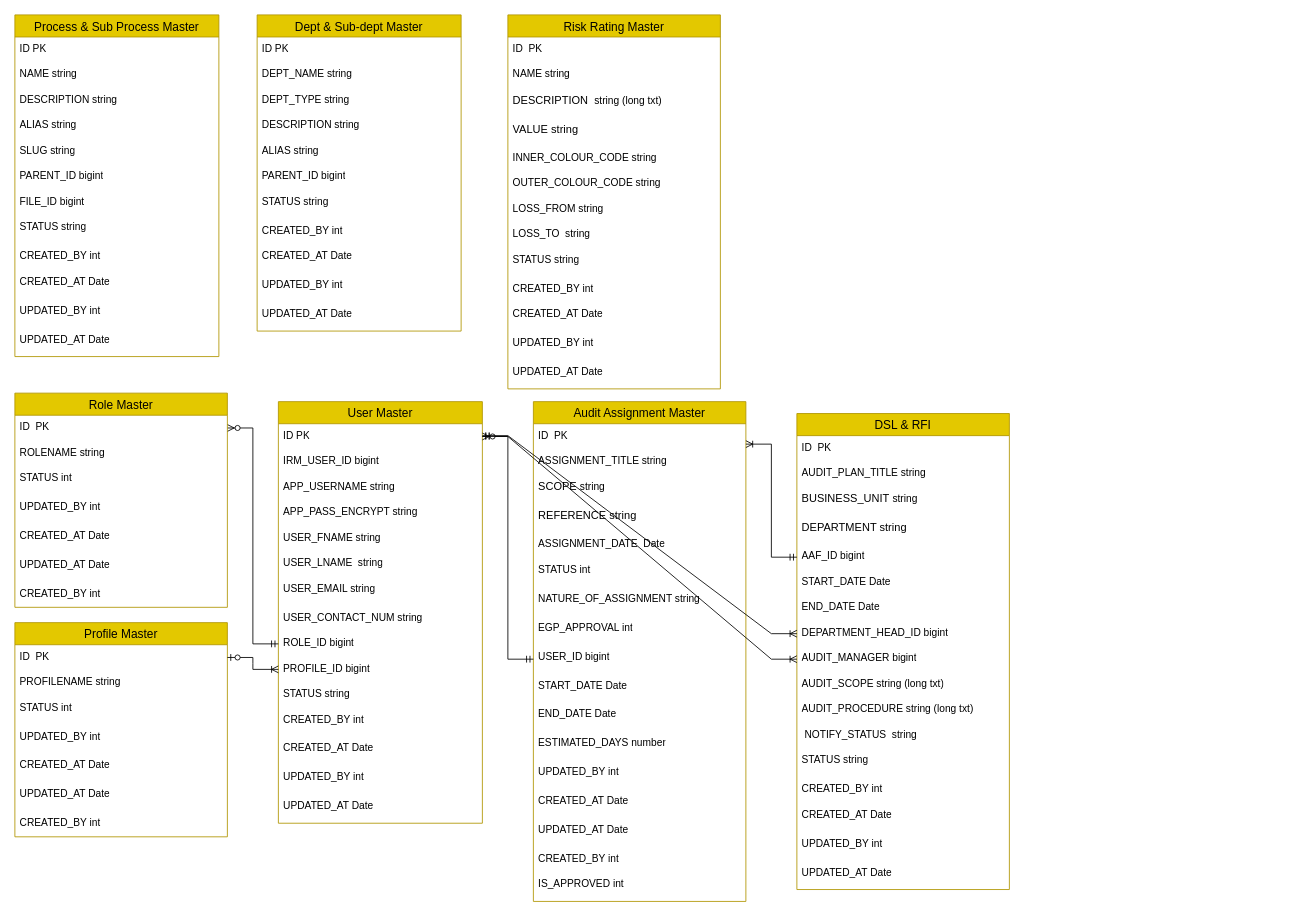
Before: ER Diagram.drawio in AvikM1996/draw.io, a draw.io diagram. Source tidied: cells renumbered, new cells numbered last; positions are measured from the earlier drawing's top-left corner, leaving out a move shared by most shapes. Both pictures are drawn from the tidied source at 85%, with x=0, y=0 at pixel (14, 14).
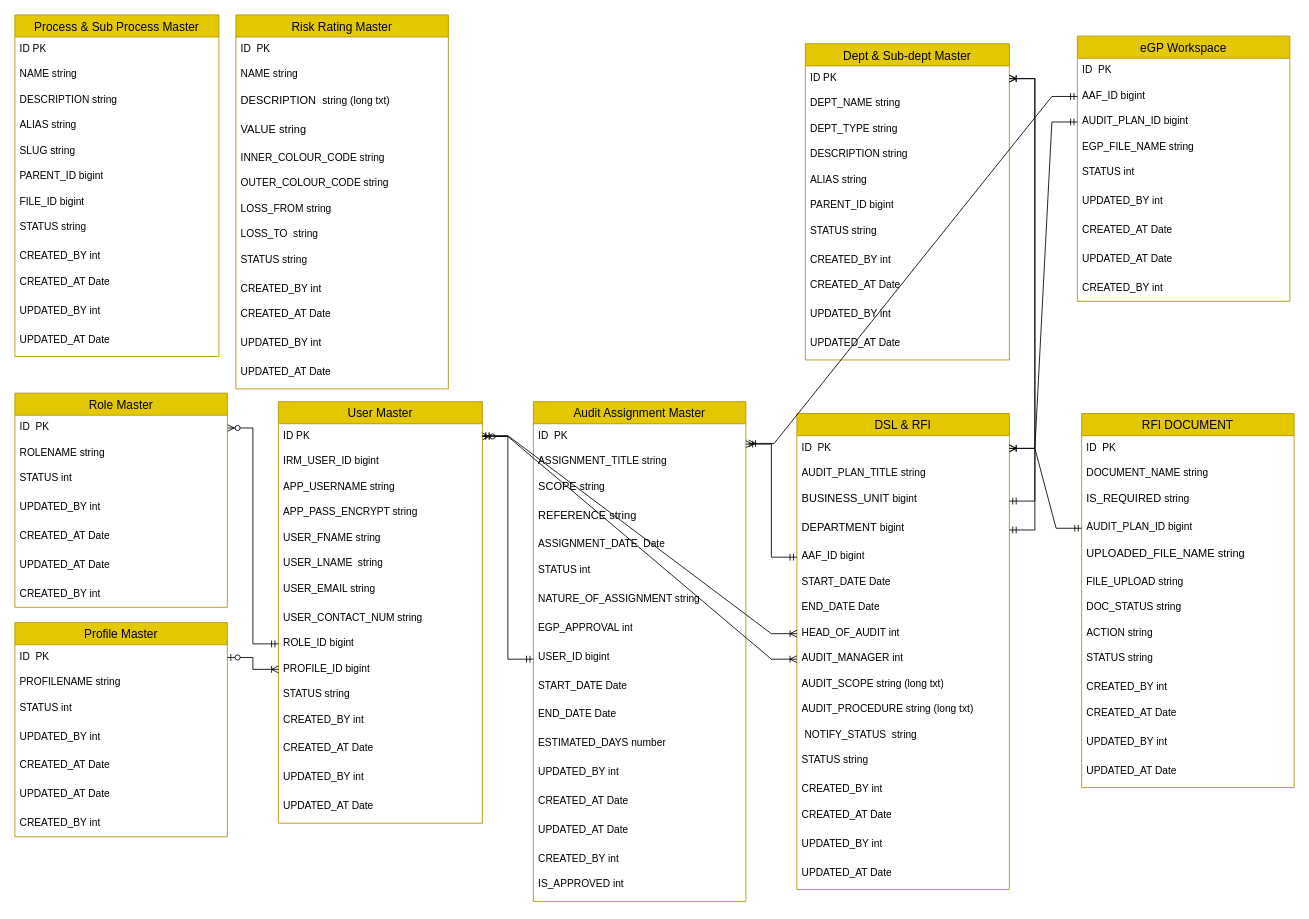
The same page after the edit.

The change refers to these unchanged cells:
```xml
<mxCell id="16" value="ID PK" style="text;strokeColor=none;fillColor=none;spacingLeft=4;spacingRight=4;overflow=hidden;points=[[0,0.5],[1,0.5]];portConstraint=eastwest;fontSize=12;whiteSpace=wrap;html=1;" parent="15" vertex="1">
  <mxGeometry y="26" width="240" height="30" as="geometry" />
</mxCell>
<mxCell id="42" value="ID&amp;nbsp; PK" style="text;strokeColor=none;fillColor=none;spacingLeft=4;spacingRight=4;overflow=hidden;points=[[0,0.5],[1,0.5]];portConstraint=eastwest;fontSize=12;whiteSpace=wrap;html=1;" parent="41" vertex="1">
  <mxGeometry y="26" width="250" height="30" as="geometry" />
</mxCell>
<mxCell id="94" value="DSL &amp; RFI" style="swimlane;fontStyle=0;horizontal=1;startSize=26;align=center;fontSize=14;fillColor=#e3c800;strokeColor=#B09500;fontColor=#000000;" parent="1" vertex="1">
  <mxGeometry x="920" y="469" width="250" height="560" as="geometry" />
</mxCell>
<mxCell id="95" value="ID&amp;nbsp; PK" style="text;strokeColor=none;fillColor=none;spacingLeft=4;spacingRight=4;overflow=hidden;points=[[0,0.5],[1,0.5]];portConstraint=eastwest;fontSize=12;whiteSpace=wrap;html=1;" parent="94" vertex="1">
  <mxGeometry y="26" width="250" height="30" as="geometry" />
</mxCell>
```

Diff of the diagram source:
```diff
@@
     <mxCell id="15" value="Dept &amp; Sub-dept Master" style="swimlane;fontStyle=0;horizontal=1;startSize=26;align=center;fontSize=14;fillColor=#e3c800;strokeColor=#B09500;fontColor=#000000;" parent="1" vertex="1">
-      <mxGeometry x="285" width="240" height="372" as="geometry" />
+      <mxGeometry x="930" y="34" width="240" height="372" as="geometry" />
     </mxCell>
@@
     <mxCell id="27" value="Risk Rating Master" style="swimlane;fontStyle=0;horizontal=1;startSize=26;align=center;fontSize=14;fillColor=#e3c800;strokeColor=#B09500;fontColor=#000000;" parent="1" vertex="1">
-      <mxGeometry x="580" width="250" height="440" as="geometry" />
+      <mxGeometry x="260" width="250" height="440" as="geometry" />
     </mxCell>
@@
-    <mxCell id="97" value="&lt;font style=&quot;&quot; size=&quot;2&quot; face=&quot;Nunito Sans, sans-serif&quot;&gt;BUSINESS_UNIT&amp;nbsp;&lt;/font&gt;string&amp;nbsp;" style="text;strokeColor=none;fillColor=none;spacingLeft=4;spacingRight=4;overflow=hidden;points=[[0,0.5],[1,0.5]];portConstraint=eastwest;fontSize=12;whiteSpace=wrap;html=1;" parent="94" vertex="1">
+    <mxCell id="97" value="&lt;font style=&quot;&quot; size=&quot;2&quot; face=&quot;Nunito Sans, sans-serif&quot;&gt;BUSINESS_UNIT&amp;nbsp;&lt;/font&gt;bigint" style="text;strokeColor=none;fillColor=none;spacingLeft=4;spacingRight=4;overflow=hidden;points=[[0,0.5],[1,0.5]];portConstraint=eastwest;fontSize=12;whiteSpace=wrap;html=1;" parent="94" vertex="1">
       <mxGeometry y="86" width="250" height="34" as="geometry" />
     </mxCell>
-    <mxCell id="98" value="&lt;font style=&quot;&quot; size=&quot;2&quot; face=&quot;Nunito Sans, sans-serif&quot;&gt;DEPARTMENT string&lt;/font&gt;" style="text;strokeColor=none;fillColor=none;spacingLeft=4;spacingRight=4;overflow=hidden;fontSize=12;whiteSpace=wrap;html=1;" parent="94" vertex="1">
+    <mxCell id="98" value="&lt;font style=&quot;&quot; size=&quot;2&quot; face=&quot;Nunito Sans, sans-serif&quot;&gt;DEPARTMENT&amp;nbsp;&lt;/font&gt;bigint" style="text;strokeColor=none;fillColor=none;spacingLeft=4;spacingRight=4;overflow=hidden;fontSize=12;whiteSpace=wrap;html=1;" parent="94" vertex="1">
       <mxGeometry y="120" width="250" height="34" as="geometry" />
     </mxCell>
@@
-    <mxCell id="102" value="DEPARTMENT_HEAD_ID bigint" style="text;strokeColor=none;fillColor=none;spacingLeft=4;spacingRight=4;overflow=hidden;points=[[0,0.5],[1,0.5]];portConstraint=eastwest;fontSize=12;whiteSpace=wrap;html=1;" parent="94" vertex="1">
+    <mxCell id="102" value="HEAD_OF_AUDIT int" style="text;strokeColor=none;fillColor=none;spacingLeft=4;spacingRight=4;overflow=hidden;points=[[0,0.5],[1,0.5]];portConstraint=eastwest;fontSize=12;whiteSpace=wrap;html=1;" parent="94" vertex="1">
       <mxGeometry y="244" width="250" height="30" as="geometry" />
     </mxCell>
-    <mxCell id="103" value="AUDIT_MANAGER bigint" style="text;strokeColor=none;fillColor=none;spacingLeft=4;spacingRight=4;overflow=hidden;points=[[0,0.5],[1,0.5]];portConstraint=eastwest;fontSize=12;whiteSpace=wrap;html=1;" parent="94" vertex="1">
+    <mxCell id="103" value="AUDIT_MANAGER int" style="text;strokeColor=none;fillColor=none;spacingLeft=4;spacingRight=4;overflow=hidden;points=[[0,0.5],[1,0.5]];portConstraint=eastwest;fontSize=12;whiteSpace=wrap;html=1;" parent="94" vertex="1">
       <mxGeometry y="274" width="250" height="30" as="geometry" />
     </mxCell>
@@
+    <mxCell id="115" style="edgeStyle=entityRelationEdgeStyle;fontSize=12;html=1;endArrow=ERoneToMany;startArrow=ERmandOne;rounded=0;entryX=1;entryY=0.5;entryDx=0;entryDy=0;exitX=1;exitY=0.5;exitDx=0;exitDy=0;" parent="1" edge="1" source="97" target="16">
+      <mxGeometry relative="1" as="geometry">
+        <Array as="points">
+          <mxPoint x="1220" y="285" />
+          <mxPoint x="1270" y="315" />
+          <mxPoint x="1220" y="185" />
+        </Array>
+      </mxGeometry>
+    </mxCell>
+    <mxCell id="116" style="edgeStyle=entityRelationEdgeStyle;fontSize=12;html=1;endArrow=ERoneToMany;startArrow=ERmandOne;rounded=0;entryX=1;entryY=0.5;entryDx=0;entryDy=0;" parent="1" edge="1" target="16">
+      <mxGeometry relative="1" as="geometry">
+        <mxPoint x="1170" y="606" as="sourcePoint" />
+        <Array as="points">
+          <mxPoint x="1230" y="295" />
+          <mxPoint x="1280" y="325" />
+          <mxPoint x="1230" y="195" />
+        </Array>
+      </mxGeometry>
+    </mxCell>
+    <mxCell id="117" value="RFI DOCUMENT" style="swimlane;fontStyle=0;horizontal=1;startSize=26;align=center;fontSize=14;fillColor=#e3c800;strokeColor=#B09500;fontColor=#000000;" parent="1" vertex="1">
+      <mxGeometry x="1255" y="469" width="250" height="440" as="geometry" />
+    </mxCell>
+    <mxCell id="118" value="ID&amp;nbsp; PK" style="text;strokeColor=none;fillColor=none;spacingLeft=4;spacingRight=4;overflow=hidden;fontSize=12;whiteSpace=wrap;html=1;" parent="117" vertex="1">
+      <mxGeometry y="26" width="250" height="30" as="geometry" />
+    </mxCell>
+    <mxCell id="119" value="DOCUMENT_NAME string" style="text;strokeColor=none;fillColor=none;spacingLeft=4;spacingRight=4;overflow=hidden;fontSize=12;whiteSpace=wrap;html=1;" parent="117" vertex="1">
+      <mxGeometry y="56" width="250" height="30" as="geometry" />
+    </mxCell>
+    <mxCell id="120" value="&lt;font size=&quot;2&quot; face=&quot;Nunito Sans, sans-serif&quot;&gt;IS_REQUIRED&amp;nbsp;&lt;/font&gt;string&amp;nbsp;" style="text;strokeColor=none;fillColor=none;spacingLeft=4;spacingRight=4;overflow=hidden;fontSize=12;whiteSpace=wrap;html=1;" parent="117" vertex="1">
+      <mxGeometry y="86" width="250" height="34" as="geometry" />
+    </mxCell>
+    <mxCell id="121" value="AUDIT_PLAN_ID bigint" style="text;strokeColor=none;fillColor=none;spacingLeft=4;spacingRight=4;overflow=hidden;points=[[0,0.5],[1,0.5]];portConstraint=eastwest;fontSize=12;whiteSpace=wrap;html=1;" parent="117" vertex="1">
+      <mxGeometry y="120" width="250" height="30" as="geometry" />
+    </mxCell>
+    <mxCell id="122" value="&lt;font style=&quot;&quot; size=&quot;2&quot; face=&quot;Nunito Sans, sans-serif&quot;&gt;UPLOADED_FILE_NAME string&lt;/font&gt;" style="text;strokeColor=none;fillColor=none;spacingLeft=4;spacingRight=4;overflow=hidden;fontSize=12;whiteSpace=wrap;html=1;" parent="117" vertex="1">
+      <mxGeometry y="150" width="250" height="34" as="geometry" />
+    </mxCell>
+    <mxCell id="123" value="FILE_UPLOAD string" style="text;strokeColor=none;fillColor=none;spacingLeft=4;spacingRight=4;overflow=hidden;fontSize=12;whiteSpace=wrap;html=1;" parent="117" vertex="1">
+      <mxGeometry y="184" width="250" height="30" as="geometry" />
+    </mxCell>
+    <mxCell id="124" value="DOC_STATUS string" style="text;strokeColor=none;fillColor=none;spacingLeft=4;spacingRight=4;overflow=hidden;fontSize=12;whiteSpace=wrap;html=1;" parent="117" vertex="1">
+      <mxGeometry y="214" width="250" height="30" as="geometry" />
+    </mxCell>
+    <mxCell id="125" value="ACTION string" style="text;strokeColor=none;fillColor=none;spacingLeft=4;spacingRight=4;overflow=hidden;fontSize=12;whiteSpace=wrap;html=1;" parent="117" vertex="1">
+      <mxGeometry y="244" width="250" height="30" as="geometry" />
+    </mxCell>
+    <mxCell id="126" value="STATUS string" style="text;strokeColor=none;fillColor=none;spacingLeft=4;spacingRight=4;overflow=hidden;fontSize=12;whiteSpace=wrap;html=1;" parent="117" vertex="1">
+      <mxGeometry y="274" width="250" height="34" as="geometry" />
+    </mxCell>
+    <mxCell id="127" value="CREATED_BY int" style="text;strokeColor=none;fillColor=none;spacingLeft=4;spacingRight=4;overflow=hidden;fontSize=12;whiteSpace=wrap;html=1;" parent="117" vertex="1">
+      <mxGeometry y="308" width="250" height="30" as="geometry" />
+    </mxCell>
+    <mxCell id="128" value="CREATED_AT Date" style="text;strokeColor=none;fillColor=none;spacingLeft=4;spacingRight=4;overflow=hidden;fontSize=12;whiteSpace=wrap;html=1;" parent="117" vertex="1">
+      <mxGeometry y="338" width="250" height="34" as="geometry" />
+    </mxCell>
+    <mxCell id="129" value="UPDATED_BY int" style="text;strokeColor=none;fillColor=none;spacingLeft=4;spacingRight=4;overflow=hidden;fontSize=12;whiteSpace=wrap;html=1;" parent="117" vertex="1">
+      <mxGeometry y="372" width="250" height="34" as="geometry" />
+    </mxCell>
+    <mxCell id="130" value="UPDATED_AT Date" style="text;strokeColor=none;fillColor=none;spacingLeft=4;spacingRight=4;overflow=hidden;fontSize=12;whiteSpace=wrap;html=1;" parent="117" vertex="1">
+      <mxGeometry y="406" width="250" height="34" as="geometry" />
+    </mxCell>
+    <mxCell id="131" style="edgeStyle=entityRelationEdgeStyle;fontSize=12;html=1;endArrow=ERoneToMany;startArrow=ERmandOne;rounded=0;exitX=0;exitY=0.5;exitDx=0;exitDy=0;" parent="1" edge="1" source="121" target="95">
+      <mxGeometry relative="1" as="geometry" />
+    </mxCell>
+    <mxCell id="132" value="eGP Workspace" style="swimlane;fontStyle=0;horizontal=1;startSize=26;align=center;fontSize=14;fillColor=#e3c800;strokeColor=#B09500;fontColor=#000000;" parent="1" vertex="1">
+      <mxGeometry x="1250" y="25" width="250" height="312" as="geometry" />
+    </mxCell>
+    <mxCell id="133" value="ID&amp;nbsp; PK" style="text;strokeColor=none;fillColor=none;spacingLeft=4;spacingRight=4;overflow=hidden;fontSize=12;whiteSpace=wrap;html=1;" parent="132" vertex="1">
+      <mxGeometry y="26" width="250" height="30" as="geometry" />
+    </mxCell>
+    <mxCell id="134" value="AAF_ID bigint" style="text;strokeColor=none;fillColor=none;spacingLeft=4;spacingRight=4;overflow=hidden;points=[[0,0.5],[1,0.5]];portConstraint=eastwest;fontSize=12;whiteSpace=wrap;html=1;" parent="132" vertex="1">
+      <mxGeometry y="56" width="250" height="30" as="geometry" />
+    </mxCell>
+    <mxCell id="135" value="AUDIT_PLAN_ID bigint" style="text;strokeColor=none;fillColor=none;spacingLeft=4;spacingRight=4;overflow=hidden;points=[[0,0.5],[1,0.5]];portConstraint=eastwest;fontSize=12;whiteSpace=wrap;html=1;" parent="132" vertex="1">
+      <mxGeometry y="86" width="250" height="30" as="geometry" />
+    </mxCell>
+    <mxCell id="136" value="EGP_FILE_NAME string" style="text;strokeColor=none;fillColor=none;spacingLeft=4;spacingRight=4;overflow=hidden;fontSize=12;whiteSpace=wrap;html=1;" parent="132" vertex="1">
+      <mxGeometry y="116" width="250" height="30" as="geometry" />
+    </mxCell>
+    <mxCell id="137" value="STATUS int" style="text;strokeColor=none;fillColor=none;spacingLeft=4;spacingRight=4;overflow=hidden;fontSize=12;whiteSpace=wrap;html=1;" parent="132" vertex="1">
+      <mxGeometry y="146" width="250" height="34" as="geometry" />
+    </mxCell>
+    <mxCell id="138" value="UPDATED_BY int" style="text;strokeColor=none;fillColor=none;spacingLeft=4;spacingRight=4;overflow=hidden;fontSize=12;whiteSpace=wrap;html=1;" parent="132" vertex="1">
+      <mxGeometry y="180" width="250" height="34" as="geometry" />
+    </mxCell>
+    <mxCell id="139" value="CREATED_AT Date" style="text;strokeColor=none;fillColor=none;spacingLeft=4;spacingRight=4;overflow=hidden;fontSize=12;whiteSpace=wrap;html=1;" parent="132" vertex="1">
+      <mxGeometry y="214" width="250" height="34" as="geometry" />
+    </mxCell>
+    <mxCell id="140" value="UPDATED_AT Date" style="text;strokeColor=none;fillColor=none;spacingLeft=4;spacingRight=4;overflow=hidden;fontSize=12;whiteSpace=wrap;html=1;" parent="132" vertex="1">
+      <mxGeometry y="248" width="250" height="34" as="geometry" />
+    </mxCell>
+    <mxCell id="141" value="CREATED_BY int" style="text;strokeColor=none;fillColor=none;spacingLeft=4;spacingRight=4;overflow=hidden;fontSize=12;whiteSpace=wrap;html=1;" parent="132" vertex="1">
+      <mxGeometry y="282" width="250" height="30" as="geometry" />
+    </mxCell>
+    <mxCell id="142" style="edgeStyle=entityRelationEdgeStyle;fontSize=12;html=1;endArrow=ERoneToMany;startArrow=ERmandOne;rounded=0;entryX=1.013;entryY=0.773;entryDx=0;entryDy=0;entryPerimeter=0;exitX=0;exitY=0.5;exitDx=0;exitDy=0;" parent="1" edge="1" source="134" target="42">
+      <mxGeometry relative="1" as="geometry" />
+    </mxCell>
+    <mxCell id="143" style="edgeStyle=entityRelationEdgeStyle;fontSize=12;html=1;endArrow=ERoneToMany;startArrow=ERmandOne;rounded=0;entryX=1;entryY=0.5;entryDx=0;entryDy=0;" parent="1" edge="1" source="135" target="95">
+      <mxGeometry relative="1" as="geometry" />
+    </mxCell>
```
